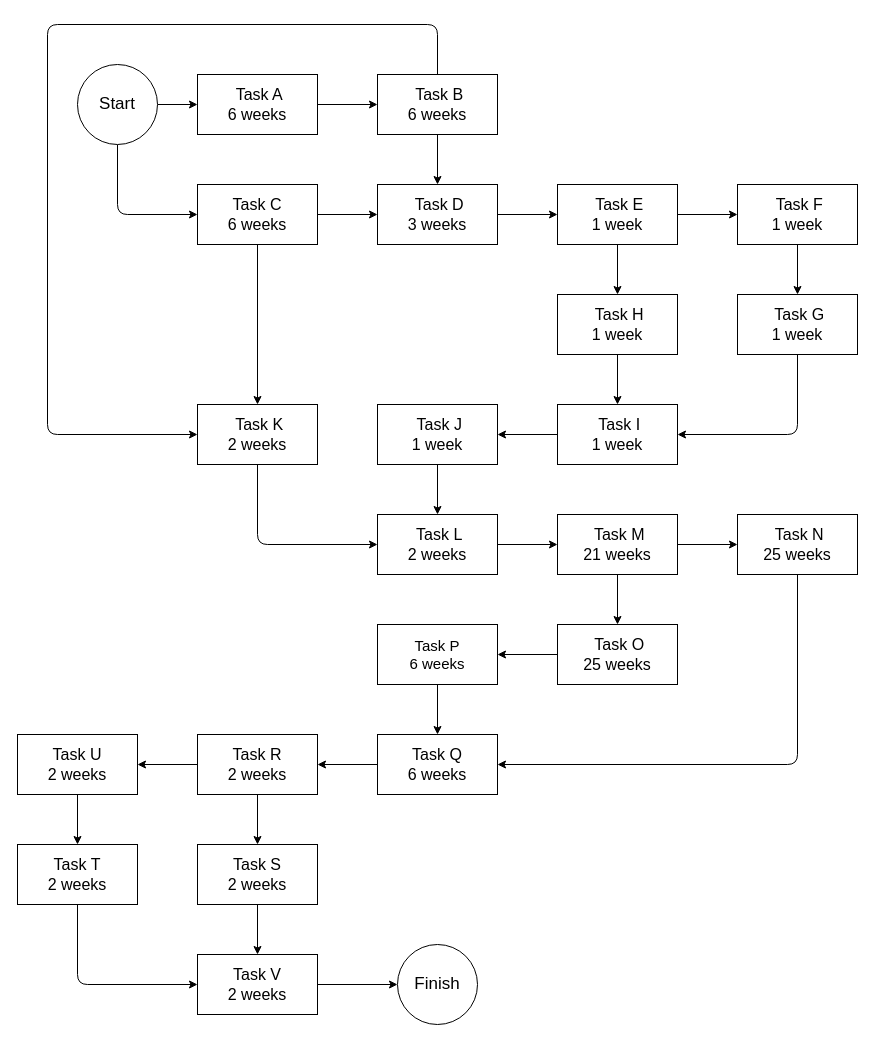
The draw.io diagram DOCS/Diagrams/drawio/Critical Path Method.drawio in alexxGmZ/MenuMaApp, before the edit. Source tidied: cells renumbered, new cells numbered last; positions are measured from the earlier drawing's top-left corner, leaving out a move shared by most shapes. Both pictures are drawn from the tidied source at 100%, with x=0, y=0 at pixel (17, 24).
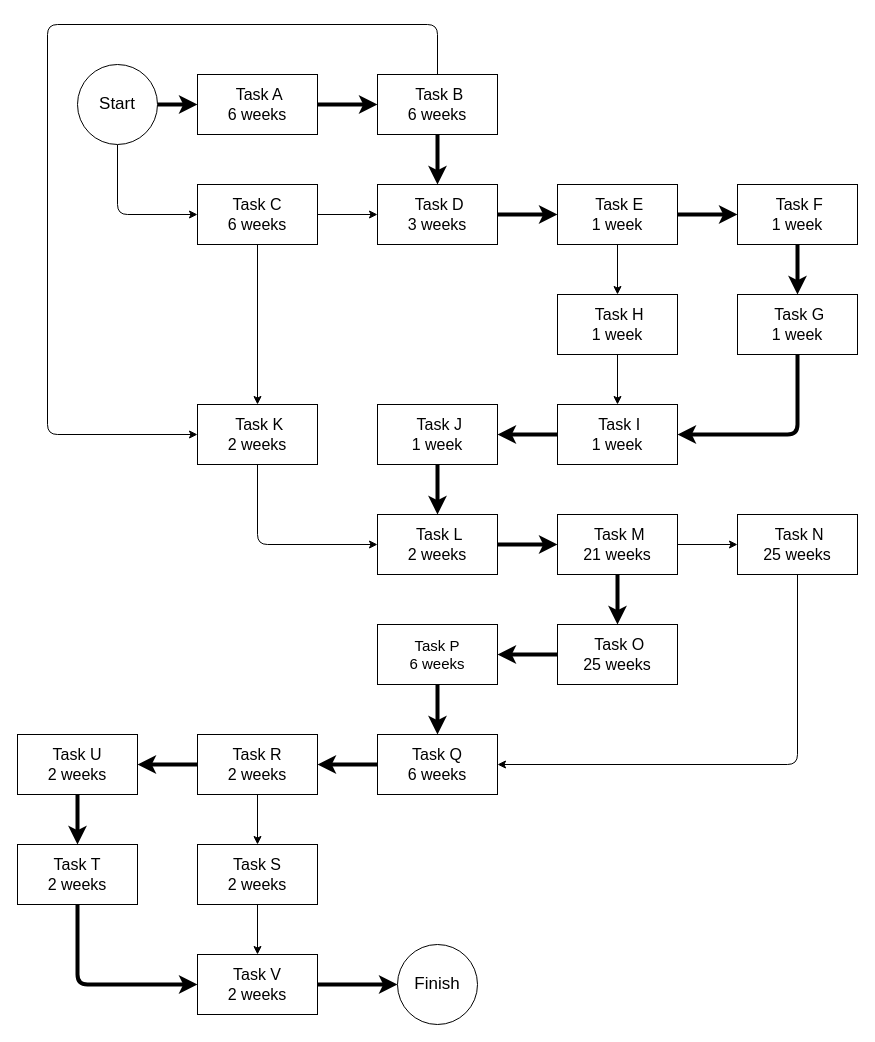
After the change.

Commit message:
diagram(cpm): increase line width of critical path

The change refers to these unchanged cells:
```xml
<mxCell id="4" value="&lt;font style=&quot;font-size: 17px;&quot;&gt;Start&lt;/font&gt;" style="ellipse;whiteSpace=wrap;html=1;" parent="1" vertex="1">
  <mxGeometry x="60" y="40" width="80" height="80" as="geometry" />
</mxCell>
<mxCell id="5" value="&lt;font style=&quot;font-size: 17px;&quot;&gt;Finish&lt;/font&gt;" style="ellipse;whiteSpace=wrap;html=1;" parent="1" vertex="1">
  <mxGeometry x="380" y="920" width="80" height="80" as="geometry" />
</mxCell>
<mxCell id="7" value="&amp;nbsp;Task A&lt;br style=&quot;font-size: 16px;&quot;&gt;6 weeks" style="rounded=0;whiteSpace=wrap;html=1;fontSize=16;" parent="1" vertex="1">
  <mxGeometry x="180" y="50" width="120" height="60" as="geometry" />
</mxCell>
<mxCell id="13" value="&amp;nbsp;Task B&lt;br style=&quot;font-size: 16px;&quot;&gt;6 weeks" style="rounded=0;whiteSpace=wrap;html=1;fontSize=16;" parent="1" vertex="1">
  <mxGeometry x="360" y="50" width="120" height="60" as="geometry" />
</mxCell>
<mxCell id="15" value="&amp;nbsp;Task D&lt;br style=&quot;font-size: 16px;&quot;&gt;3 weeks" style="rounded=0;whiteSpace=wrap;html=1;fontSize=16;" parent="1" vertex="1">
  <mxGeometry x="360" y="160" width="120" height="60" as="geometry" />
</mxCell>
<mxCell id="18" value="&amp;nbsp;Task E&lt;br style=&quot;font-size: 16px;&quot;&gt;1 week" style="rounded=0;whiteSpace=wrap;html=1;fontSize=16;" parent="1" vertex="1">
  <mxGeometry x="540" y="160" width="120" height="60" as="geometry" />
</mxCell>
<mxCell id="20" value="&amp;nbsp;Task F&lt;br style=&quot;font-size: 16px;&quot;&gt;1 week" style="rounded=0;whiteSpace=wrap;html=1;fontSize=16;" parent="1" vertex="1">
  <mxGeometry x="720" y="160" width="120" height="60" as="geometry" />
</mxCell>
<mxCell id="22" value="&amp;nbsp;Task G&lt;br style=&quot;font-size: 16px;&quot;&gt;1 week" style="rounded=0;whiteSpace=wrap;html=1;fontSize=16;" parent="1" vertex="1">
  <mxGeometry x="720" y="270" width="120" height="60" as="geometry" />
</mxCell>
<mxCell id="26" value="&amp;nbsp;Task I&lt;br style=&quot;font-size: 16px;&quot;&gt;1 week" style="rounded=0;whiteSpace=wrap;html=1;fontSize=16;" parent="1" vertex="1">
  <mxGeometry x="540" y="380" width="120" height="60" as="geometry" />
</mxCell>
<mxCell id="28" value="&amp;nbsp;Task J&lt;br style=&quot;font-size: 16px;&quot;&gt;1 week" style="rounded=0;whiteSpace=wrap;html=1;fontSize=16;" parent="1" vertex="1">
  <mxGeometry x="360" y="380" width="120" height="60" as="geometry" />
</mxCell>
<mxCell id="32" value="&amp;nbsp;Task L&lt;br style=&quot;font-size: 16px;&quot;&gt;2 weeks" style="rounded=0;whiteSpace=wrap;html=1;fontSize=16;" parent="1" vertex="1">
  <mxGeometry x="360" y="490" width="120" height="60" as="geometry" />
</mxCell>
<mxCell id="35" value="&amp;nbsp;Task M&lt;br style=&quot;font-size: 16px;&quot;&gt;21 weeks" style="rounded=0;whiteSpace=wrap;html=1;fontSize=16;" parent="1" vertex="1">
  <mxGeometry x="540" y="490" width="120" height="60" as="geometry" />
</mxCell>
<mxCell id="39" value="&amp;nbsp;Task O&lt;br style=&quot;font-size: 16px;&quot;&gt;25 weeks" style="rounded=0;whiteSpace=wrap;html=1;fontSize=16;" parent="1" vertex="1">
  <mxGeometry x="540" y="600" width="120" height="60" as="geometry" />
</mxCell>
<mxCell id="41" value="&lt;font style=&quot;font-size: 15px;&quot;&gt;Task P&lt;br&gt;6 weeks&lt;/font&gt;" style="rounded=0;whiteSpace=wrap;html=1;" parent="1" vertex="1">
  <mxGeometry x="360" y="600" width="120" height="60" as="geometry" />
</mxCell>
<mxCell id="43" value="&lt;span style=&quot;font-size: 16px;&quot;&gt;Task Q&lt;br&gt;6 weeks&lt;br&gt;&lt;/span&gt;" style="rounded=0;whiteSpace=wrap;html=1;" parent="1" vertex="1">
  <mxGeometry x="360" y="710" width="120" height="60" as="geometry" />
</mxCell>
<mxCell id="46" value="&lt;font style=&quot;font-size: 16px;&quot;&gt;Task R&lt;br&gt;2 weeks&lt;/font&gt;" style="rounded=0;whiteSpace=wrap;html=1;" parent="1" vertex="1">
  <mxGeometry x="180" y="710" width="120" height="60" as="geometry" />
</mxCell>
<mxCell id="50" value="&lt;font style=&quot;font-size: 16px;&quot;&gt;Task T&lt;br&gt;2 weeks&lt;/font&gt;" style="rounded=0;whiteSpace=wrap;html=1;" parent="1" vertex="1">
  <mxGeometry y="820" width="120" height="60" as="geometry" />
</mxCell>
<mxCell id="52" value="&lt;font style=&quot;font-size: 16px;&quot;&gt;Task U&lt;br&gt;2 weeks&lt;/font&gt;" style="rounded=0;whiteSpace=wrap;html=1;" parent="1" vertex="1">
  <mxGeometry y="710" width="120" height="60" as="geometry" />
</mxCell>
<mxCell id="54" value="&lt;font style=&quot;font-size: 16px;&quot;&gt;Task V&lt;br&gt;2 weeks&lt;/font&gt;" style="rounded=0;whiteSpace=wrap;html=1;" parent="1" vertex="1">
  <mxGeometry x="180" y="930" width="120" height="60" as="geometry" />
</mxCell>
```

What changed in the source:
```diff
@@
-    <mxCell id="2" style="edgeStyle=none;html=1;exitX=1;exitY=0.5;exitDx=0;exitDy=0;entryX=0;entryY=0.5;entryDx=0;entryDy=0;" parent="1" edge="1" source="4" target="7">
+    <mxCell id="2" style="edgeStyle=none;html=1;exitX=1;exitY=0.5;exitDx=0;exitDy=0;entryX=0;entryY=0.5;entryDx=0;entryDy=0;strokeWidth=4;" parent="1" edge="1" source="4" target="7">
       <mxGeometry relative="1" as="geometry" />
     </mxCell>
@@
-    <mxCell id="6" style="edgeStyle=none;html=1;exitX=1;exitY=0.5;exitDx=0;exitDy=0;" parent="1" edge="1" source="7" target="13">
+    <mxCell id="6" style="edgeStyle=none;html=1;exitX=1;exitY=0.5;exitDx=0;exitDy=0;strokeWidth=4;" parent="1" edge="1" source="7" target="13">
       <mxGeometry relative="1" as="geometry" />
     </mxCell>
@@
-    <mxCell id="11" style="edgeStyle=none;html=1;exitX=0.5;exitY=1;exitDx=0;exitDy=0;entryX=0.5;entryY=0;entryDx=0;entryDy=0;" parent="1" edge="1" source="13" target="15">
+    <mxCell id="11" style="edgeStyle=none;html=1;exitX=0.5;exitY=1;exitDx=0;exitDy=0;entryX=0.5;entryY=0;entryDx=0;entryDy=0;strokeWidth=4;" parent="1" edge="1" source="13" target="15">
       <mxGeometry relative="1" as="geometry" />
     </mxCell>
@@
-    <mxCell id="14" style="edgeStyle=none;html=1;exitX=1;exitY=0.5;exitDx=0;exitDy=0;" parent="1" edge="1" source="15" target="18">
+    <mxCell id="14" style="edgeStyle=none;html=1;exitX=1;exitY=0.5;exitDx=0;exitDy=0;strokeWidth=4;" parent="1" edge="1" source="15" target="18">
       <mxGeometry relative="1" as="geometry" />
     </mxCell>
@@
-    <mxCell id="16" style="edgeStyle=none;html=1;exitX=1;exitY=0.5;exitDx=0;exitDy=0;entryX=0;entryY=0.5;entryDx=0;entryDy=0;" parent="1" edge="1" source="18" target="20">
+    <mxCell id="16" style="edgeStyle=none;html=1;exitX=1;exitY=0.5;exitDx=0;exitDy=0;entryX=0;entryY=0.5;entryDx=0;entryDy=0;strokeWidth=4;" parent="1" edge="1" source="18" target="20">
       <mxGeometry relative="1" as="geometry" />
     </mxCell>
@@
-    <mxCell id="19" style="edgeStyle=none;html=1;exitX=0.5;exitY=1;exitDx=0;exitDy=0;entryX=0.5;entryY=0;entryDx=0;entryDy=0;" parent="1" edge="1" source="20" target="22">
+    <mxCell id="19" style="edgeStyle=none;html=1;exitX=0.5;exitY=1;exitDx=0;exitDy=0;entryX=0.5;entryY=0;entryDx=0;entryDy=0;strokeWidth=4;" parent="1" edge="1" source="20" target="22">
       <mxGeometry relative="1" as="geometry" />
     </mxCell>
@@
-    <mxCell id="21" style="edgeStyle=none;html=1;exitX=0.5;exitY=1;exitDx=0;exitDy=0;entryX=1;entryY=0.5;entryDx=0;entryDy=0;" parent="1" edge="1" source="22" target="26">
+    <mxCell id="21" style="edgeStyle=none;html=1;exitX=0.5;exitY=1;exitDx=0;exitDy=0;entryX=1;entryY=0.5;entryDx=0;entryDy=0;strokeWidth=4;" parent="1" edge="1" source="22" target="26">
       <mxGeometry relative="1" as="geometry">
         <Array as="points">
           <mxPoint x="780" y="410" />
         </Array>
       </mxGeometry>
     </mxCell>
@@
-    <mxCell id="25" style="edgeStyle=none;html=1;exitX=0;exitY=0.5;exitDx=0;exitDy=0;entryX=1;entryY=0.5;entryDx=0;entryDy=0;" parent="1" edge="1" source="26" target="28">
+    <mxCell id="25" style="edgeStyle=none;html=1;exitX=0;exitY=0.5;exitDx=0;exitDy=0;entryX=1;entryY=0.5;entryDx=0;entryDy=0;strokeWidth=4;" parent="1" edge="1" source="26" target="28">
       <mxGeometry relative="1" as="geometry" />
     </mxCell>
@@
-    <mxCell id="27" style="edgeStyle=none;html=1;exitX=0.5;exitY=1;exitDx=0;exitDy=0;entryX=0.5;entryY=0;entryDx=0;entryDy=0;" parent="1" edge="1" source="28" target="32">
+    <mxCell id="27" style="edgeStyle=none;html=1;exitX=0.5;exitY=1;exitDx=0;exitDy=0;entryX=0.5;entryY=0;entryDx=0;entryDy=0;strokeWidth=4;" parent="1" edge="1" source="28" target="32">
       <mxGeometry relative="1" as="geometry" />
     </mxCell>
@@
-    <mxCell id="31" style="edgeStyle=none;html=1;exitX=1;exitY=0.5;exitDx=0;exitDy=0;entryX=0;entryY=0.5;entryDx=0;entryDy=0;" parent="1" edge="1" source="32" target="35">
+    <mxCell id="31" style="edgeStyle=none;html=1;exitX=1;exitY=0.5;exitDx=0;exitDy=0;entryX=0;entryY=0.5;entryDx=0;entryDy=0;strokeWidth=4;" parent="1" edge="1" source="32" target="35">
       <mxGeometry relative="1" as="geometry" />
     </mxCell>
@@
-    <mxCell id="34" style="edgeStyle=none;html=1;exitX=0.5;exitY=1;exitDx=0;exitDy=0;fontSize=14;" parent="1" edge="1" source="35" target="39">
+    <mxCell id="34" style="edgeStyle=none;html=1;exitX=0.5;exitY=1;exitDx=0;exitDy=0;fontSize=14;strokeWidth=4;" parent="1" edge="1" source="35" target="39">
       <mxGeometry relative="1" as="geometry" />
     </mxCell>
@@
-    <mxCell id="38" style="edgeStyle=none;html=1;exitX=0;exitY=0.5;exitDx=0;exitDy=0;entryX=1;entryY=0.5;entryDx=0;entryDy=0;fontSize=14;" parent="1" edge="1" source="39" target="41">
+    <mxCell id="38" style="edgeStyle=none;html=1;exitX=0;exitY=0.5;exitDx=0;exitDy=0;entryX=1;entryY=0.5;entryDx=0;entryDy=0;fontSize=14;strokeWidth=4;" parent="1" edge="1" source="39" target="41">
       <mxGeometry relative="1" as="geometry" />
     </mxCell>
@@
-    <mxCell id="40" style="edgeStyle=none;html=1;exitX=0.5;exitY=1;exitDx=0;exitDy=0;entryX=0.5;entryY=0;entryDx=0;entryDy=0;fontSize=14;" parent="1" edge="1" source="41" target="43">
+    <mxCell id="40" style="edgeStyle=none;html=1;exitX=0.5;exitY=1;exitDx=0;exitDy=0;entryX=0.5;entryY=0;entryDx=0;entryDy=0;fontSize=14;strokeWidth=4;" parent="1" edge="1" source="41" target="43">
       <mxGeometry relative="1" as="geometry" />
     </mxCell>
@@
-    <mxCell id="42" style="edgeStyle=none;html=1;exitX=0;exitY=0.5;exitDx=0;exitDy=0;entryX=1;entryY=0.5;entryDx=0;entryDy=0;fontSize=14;" parent="1" edge="1" source="43" target="46">
+    <mxCell id="42" style="edgeStyle=none;html=1;exitX=0;exitY=0.5;exitDx=0;exitDy=0;entryX=1;entryY=0.5;entryDx=0;entryDy=0;fontSize=14;strokeWidth=4;" parent="1" edge="1" source="43" target="46">
       <mxGeometry relative="1" as="geometry" />
     </mxCell>
@@
-    <mxCell id="45" style="edgeStyle=none;html=1;exitX=0;exitY=0.5;exitDx=0;exitDy=0;entryX=1;entryY=0.5;entryDx=0;entryDy=0;fontSize=14;" parent="1" edge="1" source="46" target="52">
+    <mxCell id="45" style="edgeStyle=none;html=1;exitX=0;exitY=0.5;exitDx=0;exitDy=0;entryX=1;entryY=0.5;entryDx=0;entryDy=0;fontSize=14;strokeWidth=4;" parent="1" edge="1" source="46" target="52">
       <mxGeometry relative="1" as="geometry" />
     </mxCell>
@@
-    <mxCell id="49" style="edgeStyle=none;html=1;exitX=0.5;exitY=1;exitDx=0;exitDy=0;entryX=0;entryY=0.5;entryDx=0;entryDy=0;fontSize=14;" parent="1" edge="1" source="50" target="54">
+    <mxCell id="49" style="edgeStyle=none;html=1;exitX=0.5;exitY=1;exitDx=0;exitDy=0;entryX=0;entryY=0.5;entryDx=0;entryDy=0;fontSize=14;strokeWidth=4;" parent="1" edge="1" source="50" target="54">
       <mxGeometry relative="1" as="geometry">
         <Array as="points">
           <mxPoint x="60" y="960" />
         </Array>
       </mxGeometry>
     </mxCell>
@@
-    <mxCell id="51" style="edgeStyle=none;html=1;exitX=0.5;exitY=1;exitDx=0;exitDy=0;entryX=0.5;entryY=0;entryDx=0;entryDy=0;fontSize=14;" parent="1" edge="1" source="52" target="50">
+    <mxCell id="51" style="edgeStyle=none;html=1;exitX=0.5;exitY=1;exitDx=0;exitDy=0;entryX=0.5;entryY=0;entryDx=0;entryDy=0;fontSize=14;strokeWidth=4;" parent="1" edge="1" source="52" target="50">
       <mxGeometry relative="1" as="geometry" />
     </mxCell>
@@
-    <mxCell id="53" style="edgeStyle=none;html=1;exitX=1;exitY=0.5;exitDx=0;exitDy=0;entryX=0;entryY=0.5;entryDx=0;entryDy=0;fontSize=14;" parent="1" edge="1" source="54" target="5">
+    <mxCell id="53" style="edgeStyle=none;html=1;exitX=1;exitY=0.5;exitDx=0;exitDy=0;entryX=0;entryY=0.5;entryDx=0;entryDy=0;fontSize=14;strokeWidth=4;" parent="1" edge="1" source="54" target="5">
       <mxGeometry relative="1" as="geometry" />
     </mxCell>
```
